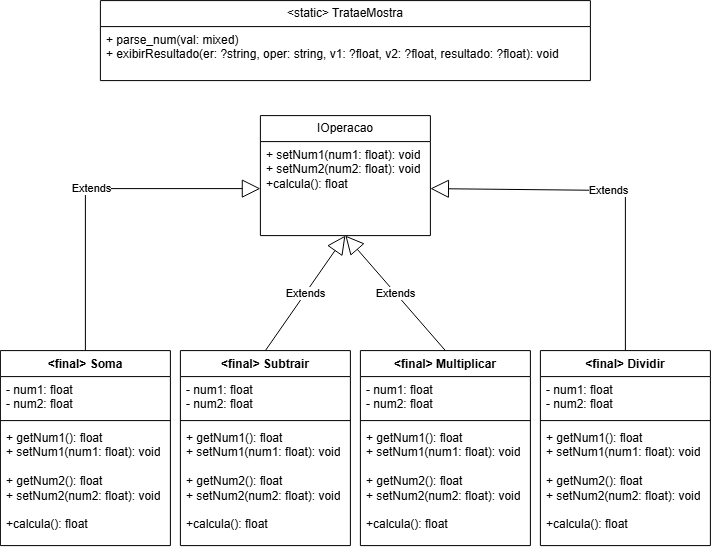
This is v5/complementares/Calculadora-V5.drawio.png from Sea-cos/estudos-php-poo, a draw.io export, as it was before one commit. Source tidied: cells renumbered, new cells last; positions are measured from the earlier drawing's top-left corner, leaving out a move shared by most shapes.
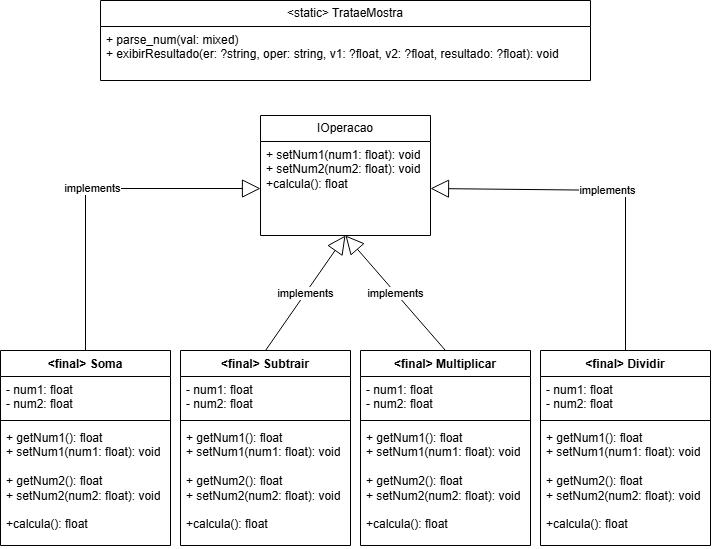
The same file after the commit.

Commit message:
Adicionando fichamento e UML

The edit, as a diff of the source:
```diff
@@ -56,7 +56,7 @@
     <mxCell id="19" value="+ getNum1(): float&lt;br&gt;+ setNum1(num1: float): void&lt;br&gt;&lt;br&gt;+ getNum2(): float&lt;br&gt;+ setNum2(num2: float): void&lt;br&gt;&lt;br&gt;+calcula(): float" style="text;strokeColor=none;fillColor=none;align=left;verticalAlign=top;spacingLeft=4;spacingRight=4;overflow=hidden;whiteSpace=wrap;html=1;" parent="16" vertex="1">
       <mxGeometry y="74" width="170" height="121" as="geometry" />
     </mxCell>
-    <mxCell id="20" value="Extends" style="endArrow=block;endSize=16;endFill=0;html=1;rounded=0;exitX=0.5;exitY=0;exitDx=0;exitDy=0;entryX=0;entryY=0.5;entryDx=0;entryDy=0;" parent="1" edge="1" source="2" target="22">
+    <mxCell id="20" value="implements" style="endArrow=block;endSize=16;endFill=0;html=1;rounded=0;exitX=0.5;exitY=0;exitDx=0;exitDy=0;entryX=0;entryY=0.5;entryDx=0;entryDy=0;" parent="1" edge="1" source="2" target="22">
       <mxGeometry relative="1" as="geometry">
         <Array as="points">
           <mxPoint x="85" y="188" />
@@ -69,13 +69,13 @@
     <mxCell id="22" value="+ setNum1(num1: float): void&lt;br&gt;+ setNum2(num2: float): void&lt;br&gt;+calcula(): float&lt;div&gt;&lt;br/&gt;&lt;/div&gt;" style="text;strokeColor=none;fillColor=none;align=left;verticalAlign=top;spacingLeft=4;spacingRight=4;overflow=hidden;points=[[0,0.5],[1,0.5]];portConstraint=eastwest;whiteSpace=wrap;html=1;" parent="21" vertex="1">
       <mxGeometry y="26" width="170" height="94" as="geometry" />
     </mxCell>
-    <mxCell id="23" value="Extends" style="endArrow=block;endSize=16;endFill=0;html=1;rounded=0;exitX=0.5;exitY=0;exitDx=0;exitDy=0;entryX=0.5;entryY=1;entryDx=0;entryDy=0;" parent="1" edge="1" source="8" target="21">
+    <mxCell id="23" value="implements" style="endArrow=block;endSize=16;endFill=0;html=1;rounded=0;exitX=0.5;exitY=0;exitDx=0;exitDy=0;entryX=0.5;entryY=1;entryDx=0;entryDy=0;" parent="1" edge="1" source="8" target="21">
       <mxGeometry relative="1" as="geometry" />
     </mxCell>
-    <mxCell id="24" value="Extends" style="endArrow=block;endSize=16;endFill=0;html=1;rounded=0;exitX=0.5;exitY=0;exitDx=0;exitDy=0;entryX=0.5;entryY=1;entryDx=0;entryDy=0;" parent="1" edge="1" source="16" target="21">
+    <mxCell id="24" value="implements" style="endArrow=block;endSize=16;endFill=0;html=1;rounded=0;exitX=0.5;exitY=0;exitDx=0;exitDy=0;entryX=0.5;entryY=1;entryDx=0;entryDy=0;" parent="1" edge="1" source="16" target="21">
       <mxGeometry relative="1" as="geometry" />
     </mxCell>
-    <mxCell id="25" value="Extends" style="endArrow=block;endSize=16;endFill=0;html=1;rounded=0;exitX=0.5;exitY=0;exitDx=0;exitDy=0;entryX=1;entryY=0.5;entryDx=0;entryDy=0;" parent="1" edge="1" source="12" target="22">
+    <mxCell id="25" value="implements" style="endArrow=block;endSize=16;endFill=0;html=1;rounded=0;exitX=0.5;exitY=0;exitDx=0;exitDy=0;entryX=1;entryY=0.5;entryDx=0;entryDy=0;" parent="1" edge="1" source="12" target="22">
       <mxGeometry relative="1" as="geometry">
         <Array as="points">
           <mxPoint x="625" y="190" />
```
